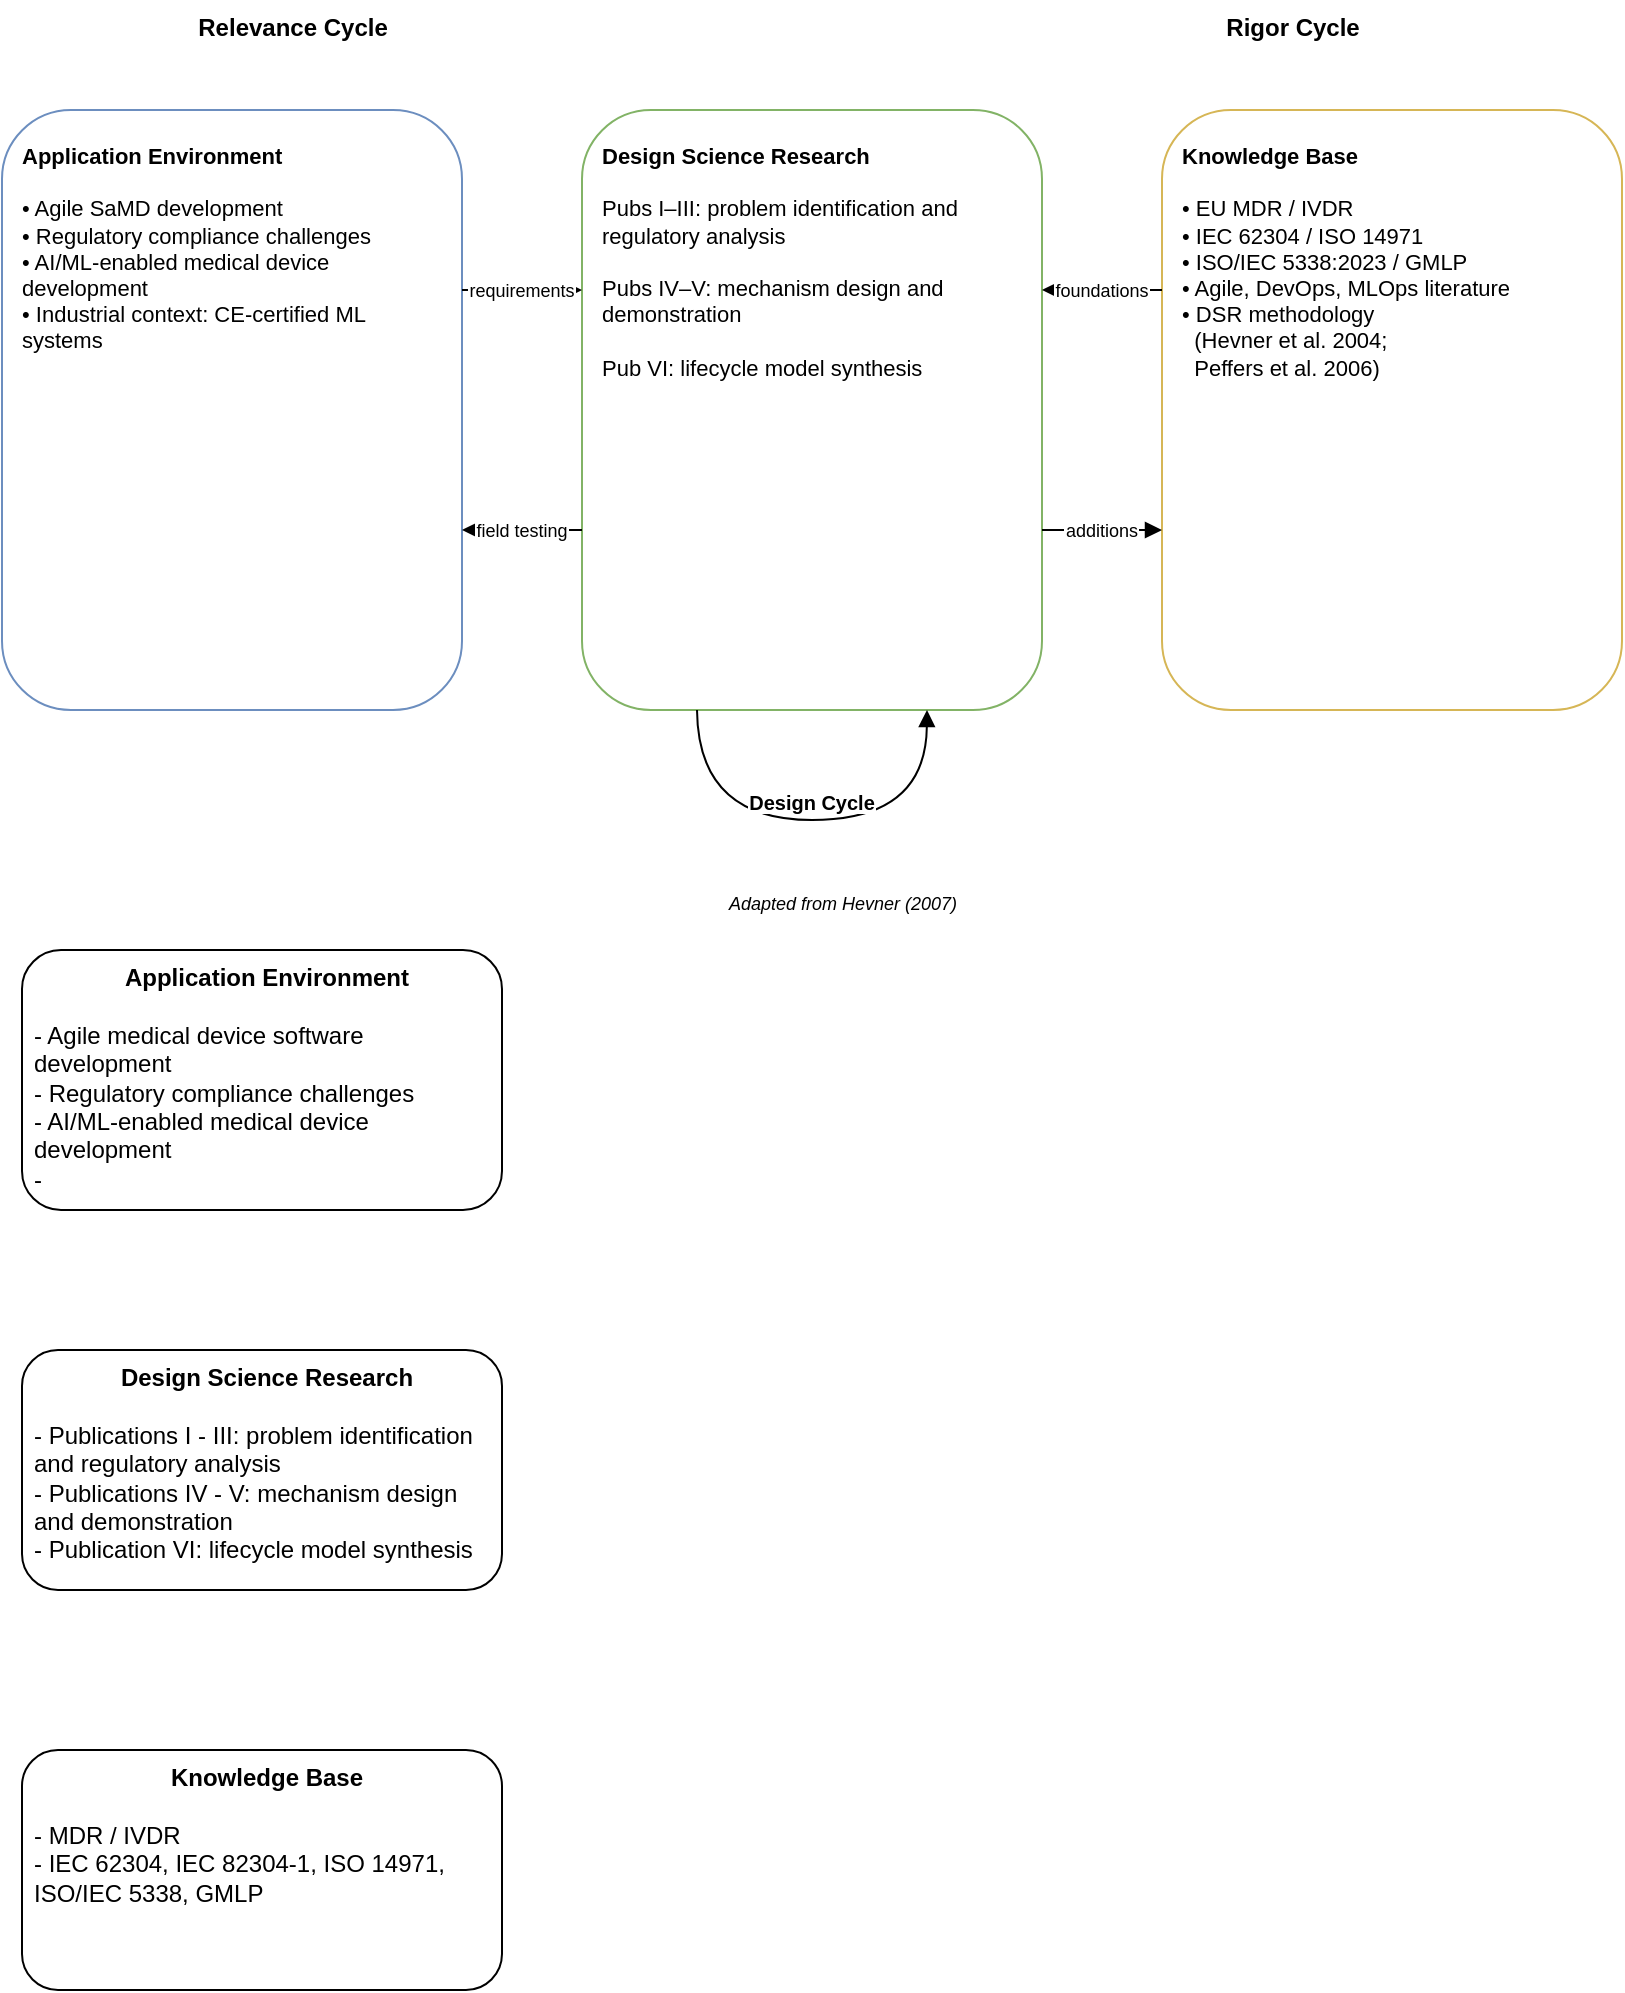
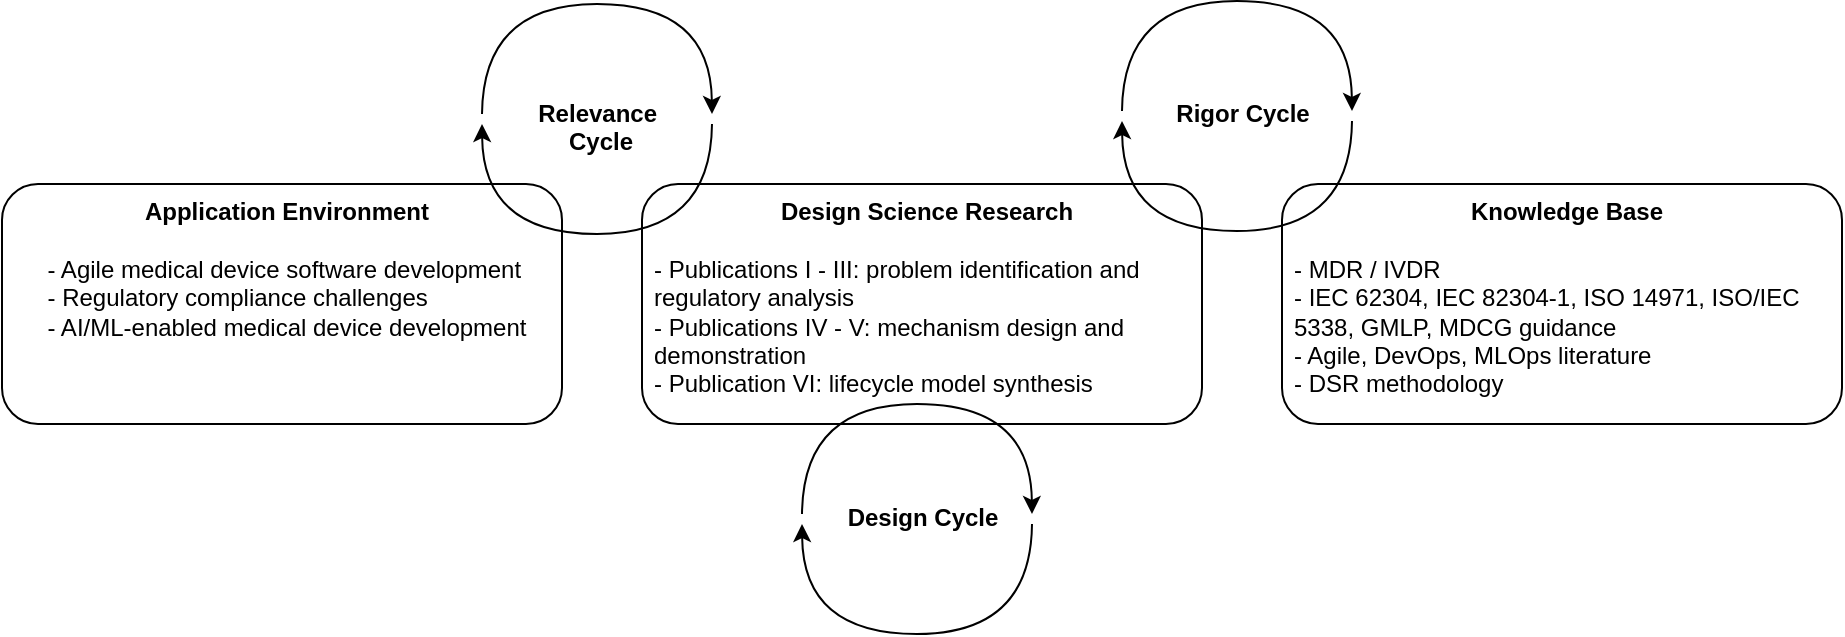
<mxfile host="app.diagrams.net">
  <diagram id="MBVa0g_AlZFZGFkrI4la" name="Sivu-1">
    <mxGraphModel dx="983" dy="650" grid="1" gridSize="10" guides="1" tooltips="1" connect="1" arrows="1" fold="1" page="1" pageScale="1" pageWidth="827" pageHeight="1169" math="0" shadow="0">
      <root>
        <mxCell id="0" />
        <mxCell id="1" parent="0" />
-         <mxCell id="YvOFwoHlCUEBM4aNd2dl-1" parent="1" style="rounded=1;whiteSpace=wrap;html=1;fillColor=none;strokeColor=#6c8ebf;verticalAlign=top;fontSize=11;spacingTop=10;spacingLeft=8;spacingRight=8;align=left;" value="&lt;b&gt;Application Environment&lt;/b&gt;&lt;br&gt;&lt;br&gt;• Agile SaMD development&lt;br&gt;• Regulatory compliance challenges&lt;br&gt;• AI/ML-enabled medical device development&lt;br&gt;• Industrial context: CE-certified ML systems" vertex="1">
-           <mxGeometry height="300" width="230" x="30" y="140" as="geometry" />
+         <mxCell id="YvOFwoHlCUEBM4aNd2dl-9" parent="1" style="text;html=1;strokeColor=none;fillColor=none;align=center;fontStyle=1;fontSize=12;" value="Relevance&amp;nbsp;&lt;div&gt;Cycle&lt;/div&gt;" vertex="1">
+           <mxGeometry height="30" width="105" x="286" y="111" as="geometry" />
        </mxCell>
-         <mxCell id="YvOFwoHlCUEBM4aNd2dl-2" parent="1" style="rounded=1;whiteSpace=wrap;html=1;fillColor=none;strokeColor=#82b366;verticalAlign=top;fontSize=11;spacingTop=10;spacingLeft=8;spacingRight=8;align=left;" value="&lt;b&gt;Design Science Research&lt;/b&gt;&lt;br&gt;&lt;br&gt;Pubs I–III: problem identification and regulatory analysis&lt;br&gt;&lt;br&gt;Pubs IV–V: mechanism design and demonstration&lt;br&gt;&lt;br&gt;Pub VI: lifecycle model synthesis" vertex="1">
-           <mxGeometry height="300" width="230" x="320" y="140" as="geometry" />
+         <mxCell id="YvOFwoHlCUEBM4aNd2dl-10" parent="1" style="text;html=1;strokeColor=none;fillColor=none;align=center;fontStyle=1;fontSize=12;" value="Rigor&amp;nbsp;&lt;span style=&quot;background-color: transparent; color: light-dark(rgb(0, 0, 0), rgb(255, 255, 255));&quot;&gt;Cycle&lt;/span&gt;" vertex="1">
+           <mxGeometry height="30" width="160" x="580" y="111" as="geometry" />
        </mxCell>
-         <mxCell id="YvOFwoHlCUEBM4aNd2dl-3" parent="1" style="rounded=1;whiteSpace=wrap;html=1;fillColor=none;strokeColor=#d6b656;verticalAlign=top;fontSize=11;spacingTop=10;spacingLeft=8;spacingRight=8;align=left;" value="&lt;b&gt;Knowledge Base&lt;/b&gt;&lt;br&gt;&lt;br&gt;• EU MDR / IVDR&lt;br&gt;• IEC 62304 / ISO 14971&lt;br&gt;• ISO/IEC 5338:2023 / GMLP&lt;br&gt;• Agile, DevOps, MLOps literature&lt;br&gt;• DSR methodology&lt;br&gt;&amp;nbsp;&amp;nbsp;(Hevner et al. 2004;&lt;br&gt;&amp;nbsp;&amp;nbsp;Peffers et al. 2006)" vertex="1">
-           <mxGeometry height="300" width="230" x="610" y="140" as="geometry" />
+         <mxCell id="YvOFwoHlCUEBM4aNd2dl-12" parent="1" style="rounded=1;whiteSpace=wrap;html=1;align=center;perimeterSpacing=0;spacingLeft=5;verticalAlign=top;" value="&lt;b&gt;Application Environment&lt;/b&gt;&lt;div&gt;&lt;br&gt;&lt;/div&gt;&lt;div style=&quot;text-align: left;&quot;&gt;&lt;span style=&quot;background-color: transparent; color: light-dark(rgb(0, 0, 0), rgb(255, 255, 255));&quot;&gt;- Agile medical device software development&lt;/span&gt;&lt;/div&gt;&lt;div style=&quot;text-align: left;&quot;&gt;&lt;span style=&quot;background-color: transparent; color: light-dark(rgb(0, 0, 0), rgb(255, 255, 255));&quot;&gt;- Regulatory compliance challenges&lt;/span&gt;&lt;/div&gt;&lt;div style=&quot;text-align: left;&quot;&gt;&lt;span style=&quot;background-color: transparent; color: light-dark(rgb(0, 0, 0), rgb(255, 255, 255));&quot;&gt;- AI/ML-enabled medical device development&lt;/span&gt;&lt;/div&gt;&lt;div style=&quot;text-align: left;&quot;&gt;&lt;br&gt;&lt;/div&gt;" vertex="1">
+           <mxGeometry height="120" width="280" x="40" y="160" as="geometry" />
        </mxCell>
-         <mxCell id="YvOFwoHlCUEBM4aNd2dl-4" edge="1" parent="1" source="YvOFwoHlCUEBM4aNd2dl-1" style="edgeStyle=orthogonalEdgeStyle;exitX=1;exitY=0.3;exitDx=0;exitDy=0;entryX=0;entryY=0.3;entryDx=0;entryDy=0;endArrow=block;endFill=1;fontSize=9;align=center;" target="YvOFwoHlCUEBM4aNd2dl-2" value="requirements">
-           <mxGeometry relative="1" as="geometry" />
+         <mxCell id="YvOFwoHlCUEBM4aNd2dl-13" parent="1" style="rounded=1;whiteSpace=wrap;html=1;verticalAlign=top;spacingLeft=5;" value="&lt;b&gt;Design Science Research&lt;/b&gt;&lt;div&gt;&lt;b&gt;&lt;br&gt;&lt;/b&gt;&lt;div style=&quot;text-align: left;&quot;&gt;- Publications I - III: problem identification and regulatory analysis&lt;/div&gt;&lt;div style=&quot;text-align: left;&quot;&gt;- Publications IV - V: mechanism design and demonstration&lt;/div&gt;&lt;div style=&quot;text-align: left;&quot;&gt;- Publication VI: lifecycle model synthesis&lt;/div&gt;&lt;/div&gt;" vertex="1">
+           <mxGeometry height="120" width="280" x="360" y="160" as="geometry" />
        </mxCell>
-         <mxCell id="YvOFwoHlCUEBM4aNd2dl-5" edge="1" parent="1" source="YvOFwoHlCUEBM4aNd2dl-2" style="edgeStyle=orthogonalEdgeStyle;exitX=0;exitY=0.7;exitDx=0;exitDy=0;entryX=1;entryY=0.7;entryDx=0;entryDy=0;endArrow=block;endFill=1;fontSize=9;align=center;" target="YvOFwoHlCUEBM4aNd2dl-1" value="field testing">
-           <mxGeometry relative="1" as="geometry" />
+         <mxCell id="YvOFwoHlCUEBM4aNd2dl-14" parent="1" style="rounded=1;whiteSpace=wrap;html=1;verticalAlign=top;spacingLeft=5;" value="&lt;b&gt;Knowledge Base&lt;/b&gt;&lt;div&gt;&lt;b&gt;&lt;br&gt;&lt;/b&gt;&lt;/div&gt;&lt;div style=&quot;text-align: left;&quot;&gt;- MDR / IVDR&lt;/div&gt;&lt;div style=&quot;text-align: left;&quot;&gt;- IEC 62304, IEC 82304-1, ISO 14971, ISO/IEC 5338, GMLP, MDCG guidance&lt;/div&gt;&lt;div style=&quot;text-align: left;&quot;&gt;- Agile, DevOps, MLOps literature&lt;/div&gt;&lt;div style=&quot;text-align: left;&quot;&gt;- DSR methodology&lt;/div&gt;" vertex="1">
+           <mxGeometry height="120" width="280" x="680" y="160" as="geometry" />
        </mxCell>
-         <mxCell id="YvOFwoHlCUEBM4aNd2dl-6" edge="1" parent="1" source="YvOFwoHlCUEBM4aNd2dl-3" style="edgeStyle=orthogonalEdgeStyle;exitX=0;exitY=0.3;exitDx=0;exitDy=0;entryX=1;entryY=0.3;entryDx=0;entryDy=0;endArrow=block;endFill=1;fontSize=9;align=center;" target="YvOFwoHlCUEBM4aNd2dl-2" value="foundations">
-           <mxGeometry relative="1" as="geometry" />
-         </mxCell>
-         <mxCell id="YvOFwoHlCUEBM4aNd2dl-7" edge="1" parent="1" source="YvOFwoHlCUEBM4aNd2dl-2" style="edgeStyle=orthogonalEdgeStyle;exitX=1;exitY=0.7;exitDx=0;exitDy=0;entryX=0;entryY=0.7;entryDx=0;entryDy=0;endArrow=block;endFill=1;fontSize=9;align=center;" target="YvOFwoHlCUEBM4aNd2dl-3" value="additions">
-           <mxGeometry relative="1" as="geometry" />
-         </mxCell>
-         <mxCell id="YvOFwoHlCUEBM4aNd2dl-8" edge="1" parent="1" source="YvOFwoHlCUEBM4aNd2dl-2" style="rounded=1;curved=1;exitX=0.25;exitY=1;exitDx=0;exitDy=0;entryX=0.75;entryY=1;entryDx=0;entryDy=0;endArrow=block;endFill=1;fontSize=10;fontStyle=1;align=center;verticalAlign=bottom;" target="YvOFwoHlCUEBM4aNd2dl-2" value="Design Cycle">
+         <mxCell id="YvOFwoHlCUEBM4aNd2dl-8" edge="1" parent="1" style="rounded=1;curved=1;exitX=0.25;exitY=1;exitDx=0;exitDy=0;entryX=0.75;entryY=1;entryDx=0;entryDy=0;endArrow=none;endFill=0;fontSize=10;fontStyle=1;align=center;verticalAlign=bottom;startArrow=classic;startFill=1;" value="">
          <mxGeometry relative="1" as="geometry">
            <Array as="points">
-               <mxPoint x="378" y="495" />
-               <mxPoint x="492" y="495" />
+               <mxPoint x="280.5" y="185" />
+               <mxPoint x="394.5" y="185" />
            </Array>
+             <mxPoint x="280" y="130" as="sourcePoint" />
+             <mxPoint x="395" y="130" as="targetPoint" />
          </mxGeometry>
        </mxCell>
-         <mxCell id="YvOFwoHlCUEBM4aNd2dl-9" parent="1" style="text;html=1;strokeColor=none;fillColor=none;align=center;fontStyle=1;fontSize=12;" value="Relevance Cycle" vertex="1">
-           <mxGeometry height="30" width="160" x="95" y="85" as="geometry" />
+         <mxCell id="q512efX9dKl0iFNf9E79-2" edge="1" parent="1" style="rounded=1;curved=1;exitX=0.25;exitY=1;exitDx=0;exitDy=0;entryX=0.75;entryY=1;entryDx=0;entryDy=0;endArrow=none;endFill=0;fontSize=10;fontStyle=1;align=center;verticalAlign=bottom;startArrow=classic;startFill=1;" value="">
+           <mxGeometry relative="1" as="geometry">
+             <Array as="points">
+               <mxPoint x="394.5" y="70" />
+               <mxPoint x="280.5" y="70" />
+             </Array>
+             <mxPoint x="395" y="125" as="sourcePoint" />
+             <mxPoint x="280" y="125" as="targetPoint" />
+           </mxGeometry>
        </mxCell>
-         <mxCell id="YvOFwoHlCUEBM4aNd2dl-10" parent="1" style="text;html=1;strokeColor=none;fillColor=none;align=center;fontStyle=1;fontSize=12;" value="Rigor Cycle" vertex="1">
-           <mxGeometry height="30" width="160" x="595" y="85" as="geometry" />
+         <mxCell id="q512efX9dKl0iFNf9E79-3" edge="1" parent="1" style="rounded=1;curved=1;exitX=0.25;exitY=1;exitDx=0;exitDy=0;entryX=0.75;entryY=1;entryDx=0;entryDy=0;endArrow=none;endFill=0;fontSize=10;fontStyle=1;align=center;verticalAlign=bottom;startArrow=classic;startFill=1;" value="">
+           <mxGeometry relative="1" as="geometry">
+             <Array as="points">
+               <mxPoint x="600.5" y="183.5" />
+               <mxPoint x="714.5" y="183.5" />
+             </Array>
+             <mxPoint x="600" y="128.5" as="sourcePoint" />
+             <mxPoint x="715" y="128.5" as="targetPoint" />
+           </mxGeometry>
        </mxCell>
-         <mxCell id="YvOFwoHlCUEBM4aNd2dl-11" parent="1" style="text;html=1;strokeColor=none;fillColor=none;align=center;fontStyle=2;fontSize=9;" value="Adapted from Hevner (2007)" vertex="1">
-           <mxGeometry height="20" width="200" x="350" y="525" as="geometry" />
+         <mxCell id="q512efX9dKl0iFNf9E79-4" edge="1" parent="1" style="rounded=1;curved=1;exitX=0.25;exitY=1;exitDx=0;exitDy=0;entryX=0.75;entryY=1;entryDx=0;entryDy=0;endArrow=none;endFill=0;fontSize=10;fontStyle=1;align=center;verticalAlign=bottom;startArrow=classic;startFill=1;" value="">
+           <mxGeometry relative="1" as="geometry">
+             <Array as="points">
+               <mxPoint x="714.5" y="68.5" />
+               <mxPoint x="600.5" y="68.5" />
+             </Array>
+             <mxPoint x="715" y="123.5" as="sourcePoint" />
+             <mxPoint x="600" y="123.5" as="targetPoint" />
+           </mxGeometry>
        </mxCell>
-         <mxCell id="YvOFwoHlCUEBM4aNd2dl-12" parent="1" style="rounded=1;whiteSpace=wrap;html=1;align=center;perimeterSpacing=0;spacingLeft=5;verticalAlign=top;" value="&lt;b&gt;Application Environment&lt;/b&gt;&lt;div&gt;&lt;br&gt;&lt;/div&gt;&lt;div style=&quot;text-align: left;&quot;&gt;&lt;span style=&quot;background-color: transparent; color: light-dark(rgb(0, 0, 0), rgb(255, 255, 255));&quot;&gt;- Agile medical device software development&lt;/span&gt;&lt;/div&gt;&lt;div style=&quot;text-align: left;&quot;&gt;&lt;span style=&quot;background-color: transparent; color: light-dark(rgb(0, 0, 0), rgb(255, 255, 255));&quot;&gt;- Regulatory compliance challenges&lt;/span&gt;&lt;/div&gt;&lt;div style=&quot;text-align: left;&quot;&gt;&lt;span style=&quot;background-color: transparent; color: light-dark(rgb(0, 0, 0), rgb(255, 255, 255));&quot;&gt;- AI/ML-enabled medical device development&lt;/span&gt;&lt;/div&gt;&lt;div style=&quot;text-align: left;&quot;&gt;&lt;span style=&quot;background-color: transparent; color: light-dark(rgb(0, 0, 0), rgb(255, 255, 255));&quot;&gt;-&amp;nbsp;&lt;/span&gt;&lt;/div&gt;" vertex="1">
-           <mxGeometry height="130" width="240" x="40" y="560" as="geometry" />
+         <mxCell id="q512efX9dKl0iFNf9E79-5" parent="1" style="text;html=1;strokeColor=none;fillColor=none;align=center;fontStyle=1;fontSize=12;" value="Design Cycle" vertex="1">
+           <mxGeometry height="30" width="160" x="420" y="312.5" as="geometry" />
        </mxCell>
-         <mxCell id="YvOFwoHlCUEBM4aNd2dl-13" parent="1" style="rounded=1;whiteSpace=wrap;html=1;verticalAlign=top;spacingLeft=5;" value="&lt;b&gt;Design Science Research&lt;/b&gt;&lt;div&gt;&lt;b&gt;&lt;br&gt;&lt;/b&gt;&lt;div style=&quot;text-align: left;&quot;&gt;- Publications I - III: problem identification and regulatory analysis&lt;/div&gt;&lt;div style=&quot;text-align: left;&quot;&gt;- Publications IV - V: mechanism design and demonstration&lt;/div&gt;&lt;div style=&quot;text-align: left;&quot;&gt;- Publication VI: lifecycle model synthesis&lt;/div&gt;&lt;/div&gt;" vertex="1">
-           <mxGeometry height="120" width="240" x="40" y="760" as="geometry" />
+         <mxCell id="q512efX9dKl0iFNf9E79-6" edge="1" parent="1" style="rounded=1;curved=1;exitX=0.25;exitY=1;exitDx=0;exitDy=0;entryX=0.75;entryY=1;entryDx=0;entryDy=0;endArrow=none;endFill=0;fontSize=10;fontStyle=1;align=center;verticalAlign=bottom;startArrow=classic;startFill=1;" value="">
+           <mxGeometry relative="1" as="geometry">
+             <Array as="points">
+               <mxPoint x="440.5" y="385" />
+               <mxPoint x="554.5" y="385" />
+             </Array>
+             <mxPoint x="440" y="330" as="sourcePoint" />
+             <mxPoint x="555" y="330" as="targetPoint" />
+           </mxGeometry>
        </mxCell>
-         <mxCell id="YvOFwoHlCUEBM4aNd2dl-14" parent="1" style="rounded=1;whiteSpace=wrap;html=1;verticalAlign=top;spacingLeft=5;" value="&lt;b&gt;Knowledge Base&lt;/b&gt;&lt;div&gt;&lt;b&gt;&lt;br&gt;&lt;/b&gt;&lt;/div&gt;&lt;div style=&quot;text-align: left;&quot;&gt;- MDR / IVDR&lt;/div&gt;&lt;div style=&quot;text-align: left;&quot;&gt;- IEC 62304, IEC 82304-1, ISO 14971, ISO/IEC 5338, GMLP&lt;/div&gt;" vertex="1">
-           <mxGeometry height="120" width="240" x="40" y="960" as="geometry" />
+         <mxCell id="q512efX9dKl0iFNf9E79-7" edge="1" parent="1" style="rounded=1;curved=1;exitX=0.25;exitY=1;exitDx=0;exitDy=0;entryX=0.75;entryY=1;entryDx=0;entryDy=0;endArrow=none;endFill=0;fontSize=10;fontStyle=1;align=center;verticalAlign=bottom;startArrow=classic;startFill=1;" value="">
+           <mxGeometry relative="1" as="geometry">
+             <Array as="points">
+               <mxPoint x="554.5" y="270" />
+               <mxPoint x="440.5" y="270" />
+             </Array>
+             <mxPoint x="555" y="325" as="sourcePoint" />
+             <mxPoint x="440" y="325" as="targetPoint" />
+           </mxGeometry>
        </mxCell>
      </root>
    </mxGraphModel>
  </diagram>
</mxfile>
